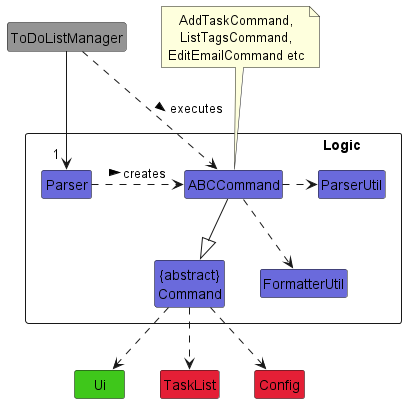
The PlantUML diagram docs/images/LogicClassDiagram.png in nus-cs2113-AY2223S2/tp, before a commit.
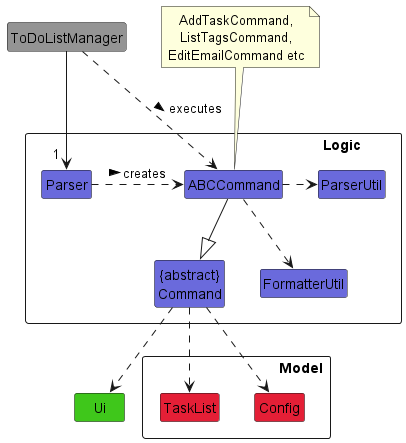
After the change.

The edit, as a diff of the source:
```diff
@@ -11,8 +11,10 @@
 }
 class ToDoListManager COLOR_MAIN
 class Ui COLOR_UI
+package "\t\t\t\tModel" <<Rectangle>> {
 class TaskList COLOR_TASK_LIST
 class Config COLOR_TASK_LIST
+}
 
 note top of ABCCommand: AddTaskCommand,\nListTagsCommand,\nEditEmailCommand etc
 
```
